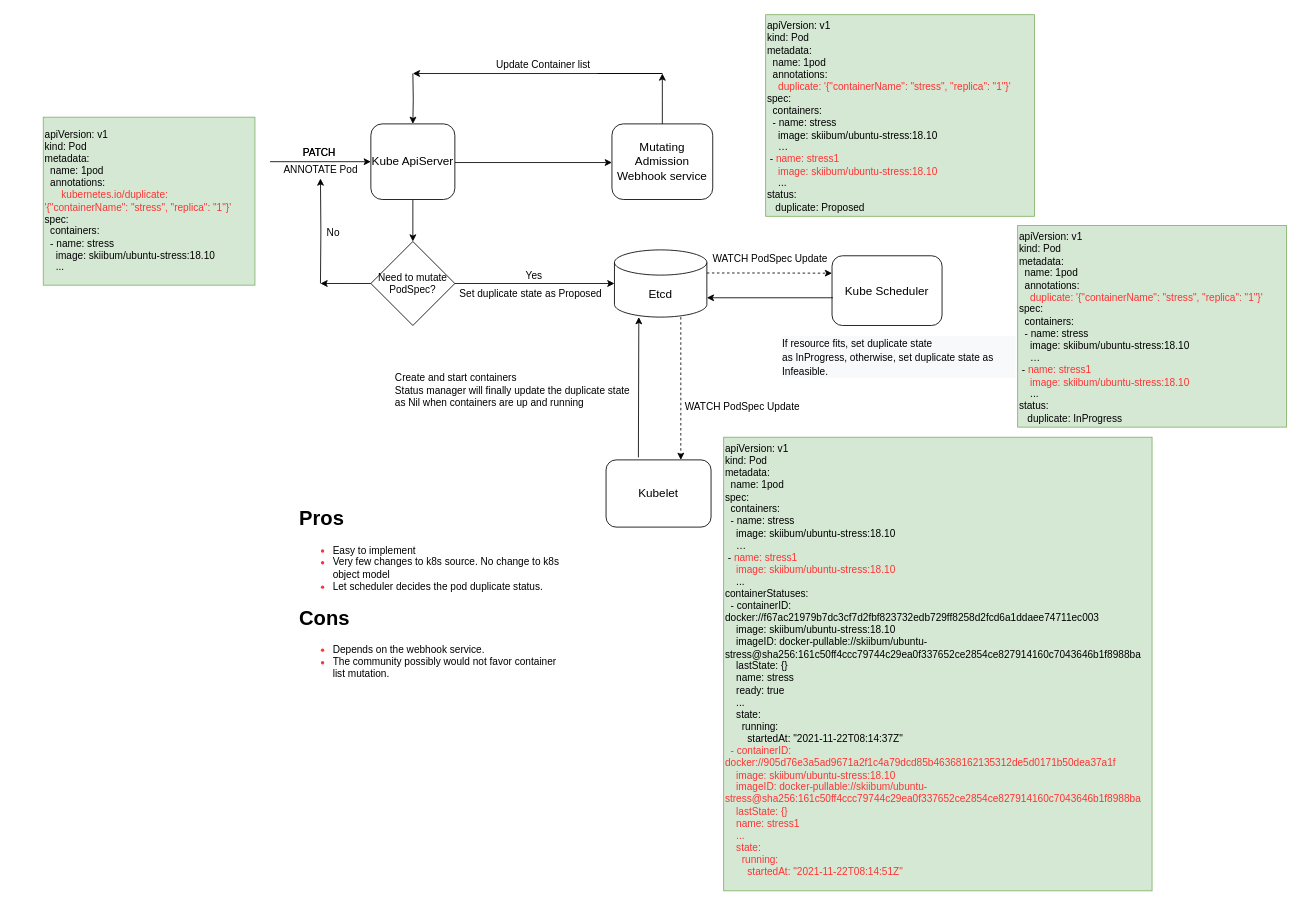
Above: page "option1: webhook" (1 of 4) of Untitled Diagram.drawio in ichbinblau/OTC_Work_Log (draw.io), before the change. Source tidied: cells renumbered, new cells numbered last; positions are measured from the earlier drawing's top-left corner, leaving out a move shared by most shapes. Both pictures are drawn from the tidied source at 84%, with x=0, y=0 at pixel (43, 14).
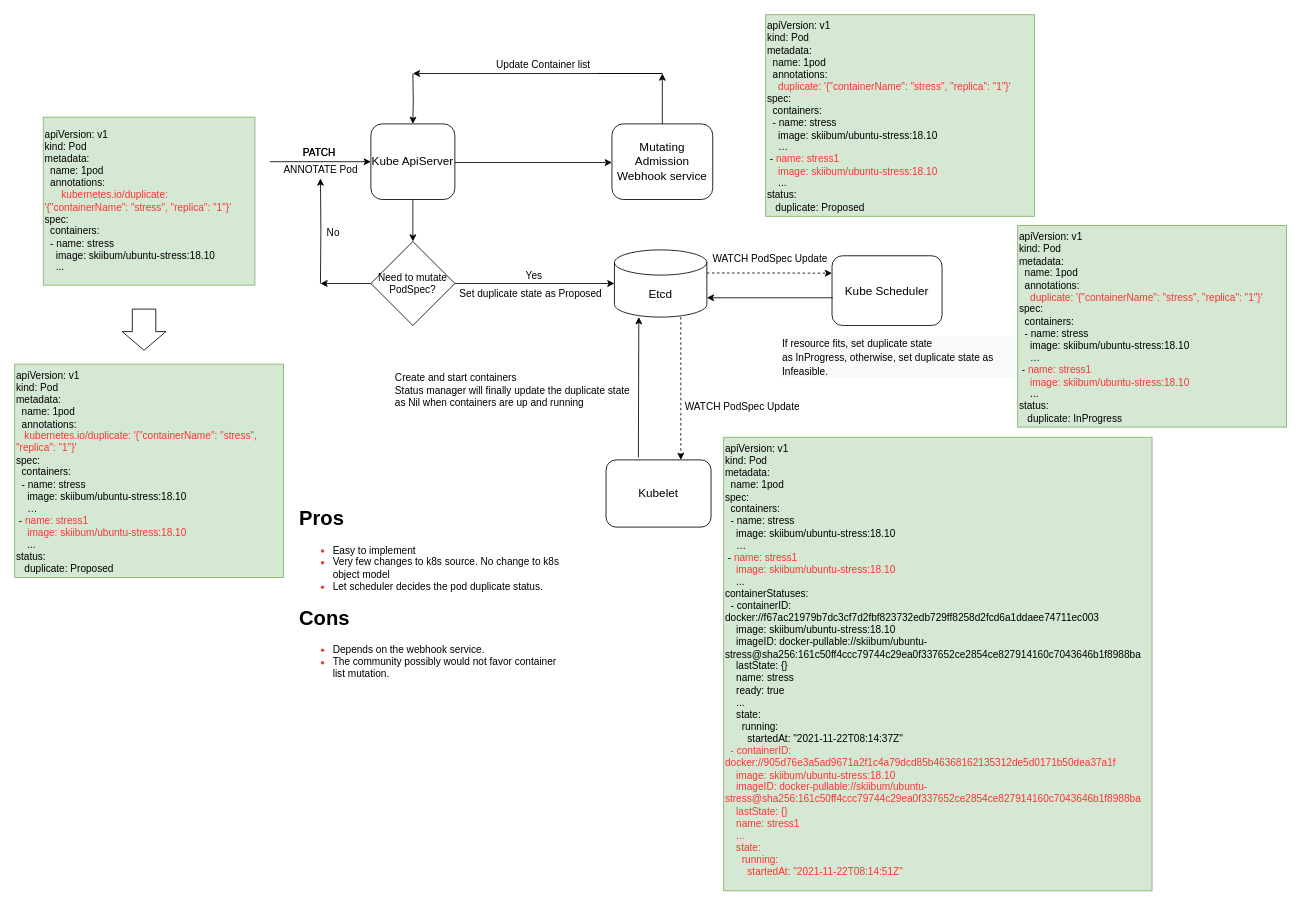
The same page after the edit.

What changed in the source:
```diff
@@
+    <mxCell id="37" value="apiVersion: v1&lt;br&gt;kind: Pod&lt;br&gt;metadata:&lt;br&gt;&amp;nbsp; name: 1pod&lt;br&gt;&amp;nbsp; annotations:&lt;br&gt;&lt;font color=&quot;#ff3333&quot;&gt;&amp;nbsp; &amp;nbsp;&lt;/font&gt;&lt;span style=&quot;color: rgb(255, 51, 51);&quot;&gt;kubernetes.io/&lt;/span&gt;&lt;font color=&quot;#ff3333&quot;&gt;duplicate: '{&quot;containerName&quot;: &quot;stress&quot;, &quot;replica&quot;: &quot;1&quot;}'&lt;br&gt;&lt;/font&gt;spec:&lt;br&gt;&amp;nbsp; containers:&lt;br&gt;&amp;nbsp; - name: stress&lt;br&gt;&amp;nbsp; &amp;nbsp; image: skiibum/ubuntu-stress:18.10&lt;br&gt;&amp;nbsp; &amp;nbsp; …&lt;br&gt;&amp;nbsp;- &lt;font color=&quot;#ff3333&quot;&gt;name: stress1&lt;br&gt;&amp;nbsp; &amp;nbsp; image: skiibum/ubuntu-stress:18.10&lt;/font&gt;&lt;br&gt;&amp;nbsp; &amp;nbsp; ...&lt;br&gt;&lt;div&gt;status:&lt;/div&gt;&lt;div&gt;&amp;nbsp; &amp;nbsp;duplicate: Proposed&lt;/div&gt;" style="text;whiteSpace=wrap;html=1;fontSize=12;fontFamily=Helvetica;fillColor=#d5e8d4;strokeColor=#82b366;" parent="1" vertex="1">
+      <mxGeometry x="-34" y="416" width="320" height="254" as="geometry" />
+    </mxCell>
+    <mxCell id="38" style="shape=flexArrow;endArrow=classic;html=1;rounded=0;endWidth=23;endSize=7.07;width=28;" parent="1" edge="1">
+      <mxGeometry relative="1" as="geometry">
+        <mxPoint x="120" y="350" as="sourcePoint" />
+        <mxPoint x="120" y="400" as="targetPoint" />
+      </mxGeometry>
+    </mxCell>
```
